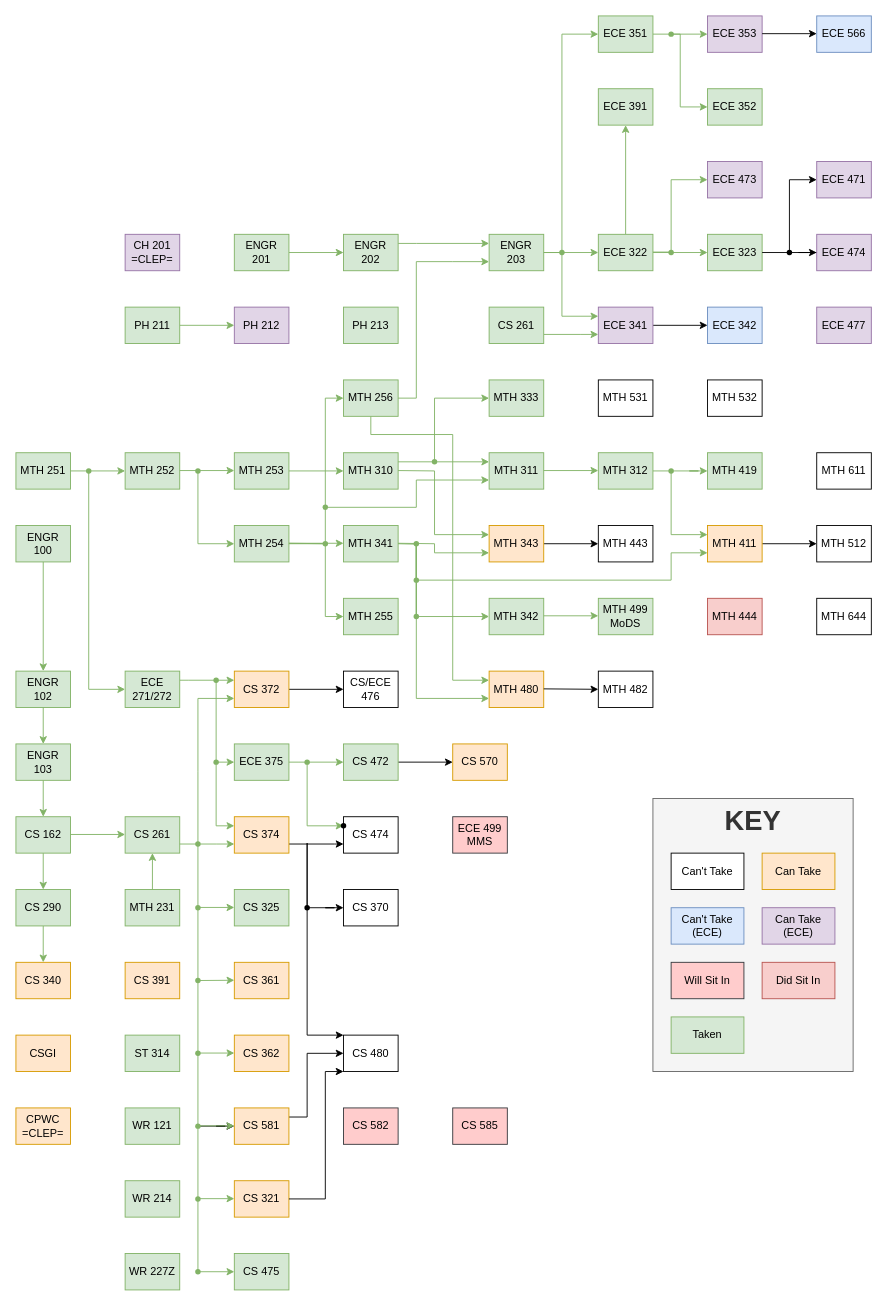
Above: Classes.drawio in Jonas-Carew/Class-Flowchart (draw.io), before the change. Source tidied: cells renumbered, new cells numbered last; positions are measured from the earlier drawing's top-left corner, leaving out a move shared by most shapes. Both pictures are drawn from the tidied source at 91%, with x=0, y=0 at pixel (15, 15).
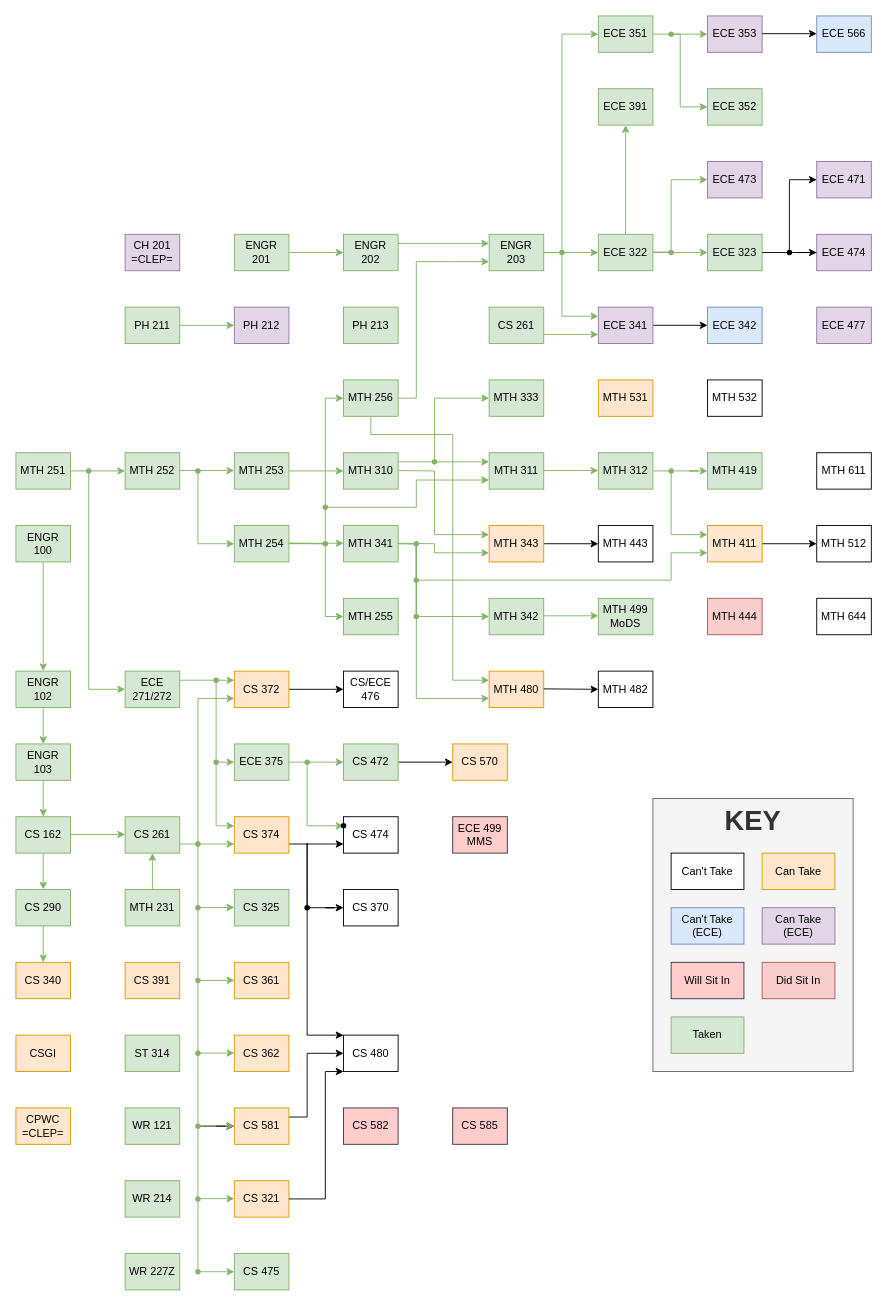
After the change.

Commit message:
moved MTH531 to can take

The edit, as a diff of the source:
```diff
@@
-    <mxCell id="159" value="&lt;div&gt;MTH 531&lt;br&gt;&lt;/div&gt;" style="rounded=0;whiteSpace=wrap;html=1;" parent="1" vertex="1">
+    <mxCell id="159" value="&lt;div&gt;MTH 531&lt;br&gt;&lt;/div&gt;" style="rounded=0;whiteSpace=wrap;html=1;fillColor=#ffe6cc;strokeColor=#d79b00;" parent="1" vertex="1">
       <mxGeometry x="640" y="400" width="60" height="40" as="geometry" />
     </mxCell>
```
